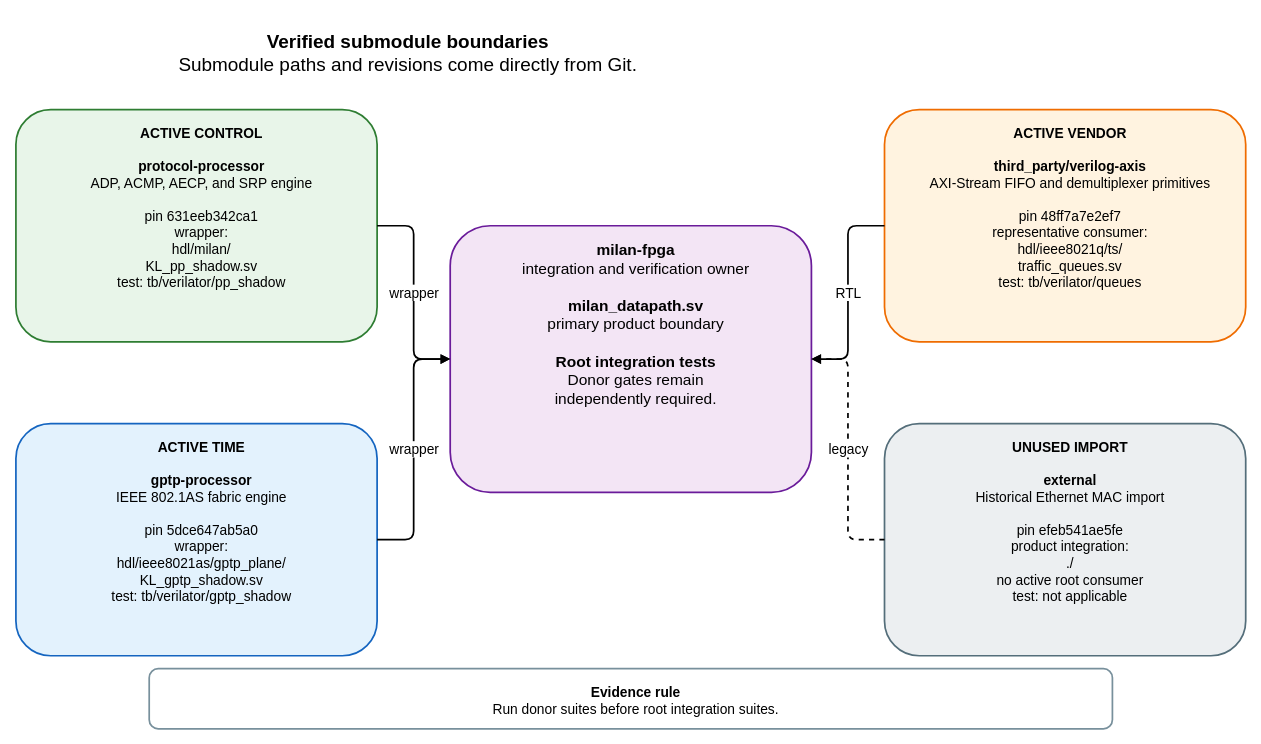
Before: docs/diagrams/submodule_boundaries.drawio in kebag-logic/milan-fpga, a draw.io diagram. Source tidied: cells renumbered, new cells numbered last; positions are measured from the earlier drawing's top-left corner, leaving out a move shared by most shapes. Both pictures are drawn from the tidied source at 86%, with x=0, y=0 at pixel (15, 15).
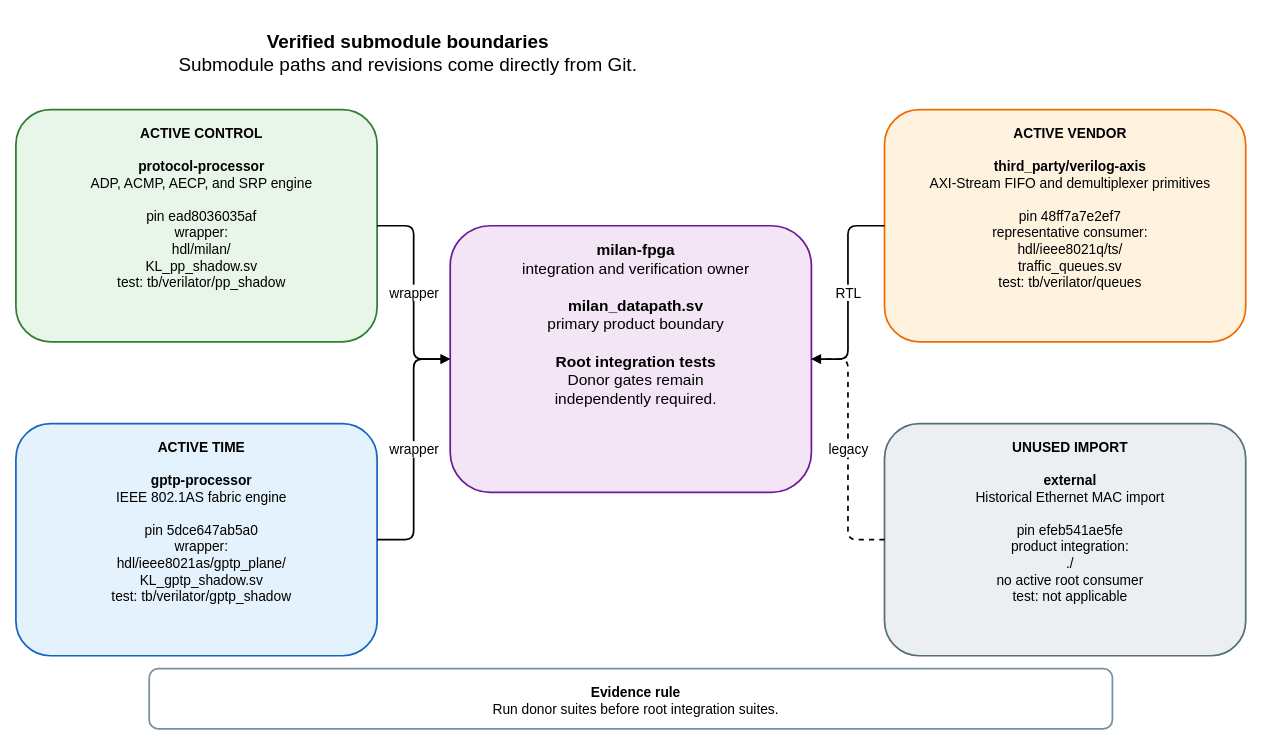
The same page after the edit.

Commit message (it also covers changes not shown here):
Regenerate the submodule boundary diagram at protocol-processor pin ead80360

Change to the diagram source:
```diff
@@
 <mxGraphModel>
   <root>
     <mxCell id="0" />
     <mxCell id="1" parent="0" />
     <mxCell id="2" value="&lt;b&gt;Verified submodule boundaries&lt;/b&gt;&lt;br&gt;Submodule paths and revisions come directly from Git." style="rounded=1;whiteSpace=wrap;html=1;verticalAlign=top;spacingTop=12;spacingLeft=12;fontSize=22;fontFamily=Helvetica;fillColor=none;strokeColor=none;strokeWidth=2;" parent="1" vertex="1">
       <mxGeometry width="900" height="65" as="geometry" />
     </mxCell>
     <mxCell id="3" value="&lt;b&gt;milan-fpga&lt;/b&gt;&lt;br&gt;integration and verification owner&lt;br&gt;&lt;br&gt;&lt;b&gt;milan_datapath.sv&lt;/b&gt;&lt;br&gt;primary product boundary&lt;br&gt;&lt;br&gt;&lt;b&gt;Root integration tests&lt;/b&gt;&lt;br&gt;Donor gates remain&lt;br&gt;independently required." style="rounded=1;whiteSpace=wrap;html=1;verticalAlign=top;spacingTop=12;spacingLeft=12;fontSize=18;fontFamily=Helvetica;fillColor=#F3E5F5;strokeColor=#6A1B9A;strokeWidth=2;" parent="1" vertex="1">
       <mxGeometry x="505" y="245" width="420" height="310" as="geometry" />
     </mxCell>
-    <mxCell id="4" value="&lt;b&gt;ACTIVE CONTROL&lt;/b&gt;&lt;br&gt;&lt;br&gt;&lt;b&gt;protocol-processor&lt;/b&gt;&lt;br&gt;ADP, ACMP, AECP, and SRP engine&lt;br&gt;&lt;br&gt;pin 631eeb342ca1&lt;br&gt;wrapper:&lt;br&gt;hdl/milan/&lt;br&gt;KL_pp_shadow.sv&lt;br&gt;test: tb/verilator/pp_shadow" style="rounded=1;whiteSpace=wrap;html=1;verticalAlign=top;spacingTop=12;spacingLeft=12;fontSize=16;fontFamily=Helvetica;fillColor=#E8F5E9;strokeColor=#2E7D32;strokeWidth=2;" parent="1" vertex="1">
+    <mxCell id="4" value="&lt;b&gt;ACTIVE CONTROL&lt;/b&gt;&lt;br&gt;&lt;br&gt;&lt;b&gt;protocol-processor&lt;/b&gt;&lt;br&gt;ADP, ACMP, AECP, and SRP engine&lt;br&gt;&lt;br&gt;pin ead8036035af&lt;br&gt;wrapper:&lt;br&gt;hdl/milan/&lt;br&gt;KL_pp_shadow.sv&lt;br&gt;test: tb/verilator/pp_shadow" style="rounded=1;whiteSpace=wrap;html=1;verticalAlign=top;spacingTop=12;spacingLeft=12;fontSize=16;fontFamily=Helvetica;fillColor=#E8F5E9;strokeColor=#2E7D32;strokeWidth=2;" parent="1" vertex="1">
       <mxGeometry y="110" width="420" height="270" as="geometry" />
     </mxCell>
     <mxCell id="5" value="&lt;b&gt;ACTIVE TIME&lt;/b&gt;&lt;br&gt;&lt;br&gt;&lt;b&gt;gptp-processor&lt;/b&gt;&lt;br&gt;IEEE 802.1AS fabric engine&lt;br&gt;&lt;br&gt;pin 5dce647ab5a0&lt;br&gt;wrapper:&lt;br&gt;hdl/ieee8021as/gptp_plane/&lt;br&gt;KL_gptp_shadow.sv&lt;br&gt;test: tb/verilator/gptp_shadow" style="rounded=1;whiteSpace=wrap;html=1;verticalAlign=top;spacingTop=12;spacingLeft=12;fontSize=16;fontFamily=Helvetica;fillColor=#E3F2FD;strokeColor=#1565C0;strokeWidth=2;" parent="1" vertex="1">
       <mxGeometry y="475" width="420" height="270" as="geometry" />
     </mxCell>
     <mxCell id="6" value="&lt;b&gt;ACTIVE VENDOR&lt;/b&gt;&lt;br&gt;&lt;br&gt;&lt;b&gt;third_party/verilog-axis&lt;/b&gt;&lt;br&gt;AXI-Stream FIFO and demultiplexer primitives&lt;br&gt;&lt;br&gt;pin 48ff7a7e2ef7&lt;br&gt;representative consumer:&lt;br&gt;hdl/ieee8021q/ts/&lt;br&gt;traffic_queues.sv&lt;br&gt;test: tb/verilator/queues" style="rounded=1;whiteSpace=wrap;html=1;verticalAlign=top;spacingTop=12;spacingLeft=12;fontSize=16;fontFamily=Helvetica;fillColor=#FFF3E0;strokeColor=#EF6C00;strokeWidth=2;" parent="1" vertex="1">
       <mxGeometry x="1010" y="110" width="420" height="270" as="geometry" />
     </mxCell>
     <mxCell id="7" value="&lt;b&gt;UNUSED IMPORT&lt;/b&gt;&lt;br&gt;&lt;br&gt;&lt;b&gt;external&lt;/b&gt;&lt;br&gt;Historical Ethernet MAC import&lt;br&gt;&lt;br&gt;pin efeb541ae5fe&lt;br&gt;product integration:&lt;br&gt;./&lt;br&gt;no active root consumer&lt;br&gt;test: not applicable" style="rounded=1;whiteSpace=wrap;html=1;verticalAlign=top;spacingTop=12;spacingLeft=12;fontSize=16;fontFamily=Helvetica;fillColor=#ECEFF1;strokeColor=#546E7A;strokeWidth=2;" parent="1" vertex="1">
       <mxGeometry x="1010" y="475" width="420" height="270" as="geometry" />
     </mxCell>
     <mxCell id="8" value="wrapper" style="edgeStyle=orthogonalEdgeStyle;rounded=1;jettySize=auto;html=1;endArrow=block;endFill=1;strokeWidth=2;fontSize=16;fontFamily=Helvetica;labelBackgroundColor=#FFFFFF;" parent="1" edge="1" source="4" target="3">
       <mxGeometry relative="1" as="geometry" />
     </mxCell>
     <mxCell id="9" value="wrapper" style="edgeStyle=orthogonalEdgeStyle;rounded=1;jettySize=auto;html=1;endArrow=block;endFill=1;strokeWidth=2;fontSize=16;fontFamily=Helvetica;labelBackgroundColor=#FFFFFF;" parent="1" edge="1" source="5" target="3">
       <mxGeometry relative="1" as="geometry" />
     </mxCell>
     <mxCell id="10" value="RTL" style="edgeStyle=orthogonalEdgeStyle;rounded=1;jettySize=auto;html=1;endArrow=block;endFill=1;strokeWidth=2;fontSize=16;fontFamily=Helvetica;labelBackgroundColor=#FFFFFF;" parent="1" edge="1" source="6" target="3">
       <mxGeometry relative="1" as="geometry" />
     </mxCell>
     <mxCell id="11" value="legacy" style="edgeStyle=orthogonalEdgeStyle;rounded=1;jettySize=auto;html=1;endArrow=block;endFill=1;strokeWidth=2;fontSize=16;fontFamily=Helvetica;labelBackgroundColor=#FFFFFF;dashed=1;" parent="1" edge="1" source="7" target="3">
       <mxGeometry relative="1" as="geometry" />
     </mxCell>
     <mxCell id="12" value="&lt;b&gt;Evidence rule&lt;/b&gt;&lt;br&gt;Run donor suites before root integration suites." style="rounded=1;whiteSpace=wrap;html=1;verticalAlign=top;spacingTop=12;spacingLeft=12;fontSize=16;fontFamily=Helvetica;fillColor=#FFFFFF;strokeColor=#78909C;strokeWidth=2;" parent="1" vertex="1">
       <mxGeometry x="155" y="760" width="1120" height="70" as="geometry" />
     </mxCell>
   </root>
 </mxGraphModel>
```
